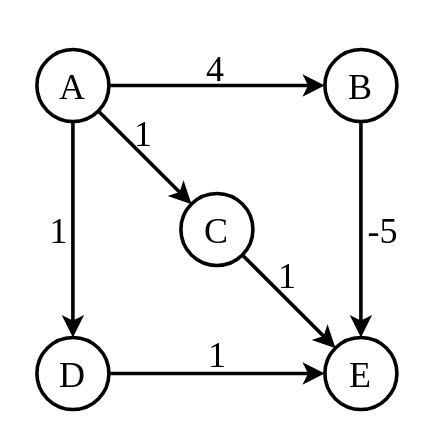
Above: 10/10-6.drawio in Wankupi/figures (draw.io), before the change. Source tidied: cells renumbered, new cells numbered last; positions are measured from the earlier drawing's top-left corner, leaving out a move shared by most shapes. Both pictures are drawn from the tidied source at 180%, with x=0, y=0 at pixel (31, 31).
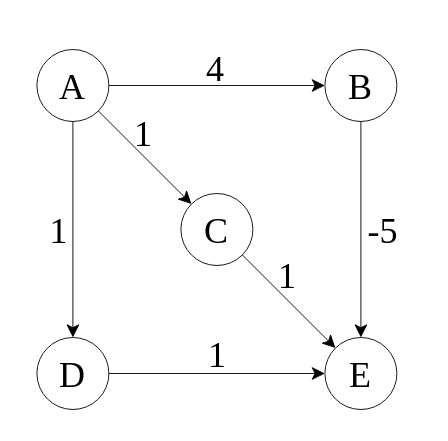
Above is the later version.

Diff of the diagram source:
```diff
@@
 <mxGraphModel>
   <root>
     <mxCell id="0" />
     <mxCell id="1" parent="0" />
-    <mxCell id="2" value="&lt;font style=&quot;font-size: 20px;&quot; face=&quot;Times New Roman&quot;&gt;A&lt;/font&gt;" style="ellipse;whiteSpace=wrap;html=1;strokeWidth=2;" parent="1" vertex="1">
+    <mxCell id="2" value="&lt;font style=&quot;font-size: 20px;&quot; face=&quot;Times New Roman&quot;&gt;A&lt;/font&gt;" style="ellipse;whiteSpace=wrap;html=1;strokeWidth=0.5;" parent="1" vertex="1">
       <mxGeometry x="3" y="10" width="40" height="40" as="geometry" />
     </mxCell>
-    <mxCell id="3" value="&lt;font style=&quot;font-size: 20px;&quot; face=&quot;Times New Roman&quot;&gt;C&lt;/font&gt;" style="ellipse;whiteSpace=wrap;html=1;strokeWidth=2;" parent="1" vertex="1">
+    <mxCell id="3" value="&lt;font style=&quot;font-size: 20px;&quot; face=&quot;Times New Roman&quot;&gt;C&lt;/font&gt;" style="ellipse;whiteSpace=wrap;html=1;strokeWidth=0.5;" parent="1" vertex="1">
       <mxGeometry x="83" y="90" width="40" height="40" as="geometry" />
     </mxCell>
-    <mxCell id="4" value="&lt;font style=&quot;font-size: 20px;&quot; face=&quot;Times New Roman&quot;&gt;B&lt;/font&gt;" style="ellipse;whiteSpace=wrap;html=1;strokeWidth=2;" parent="1" vertex="1">
+    <mxCell id="4" value="&lt;font style=&quot;font-size: 20px;&quot; face=&quot;Times New Roman&quot;&gt;B&lt;/font&gt;" style="ellipse;whiteSpace=wrap;html=1;strokeWidth=0.5;" parent="1" vertex="1">
       <mxGeometry x="163" y="10" width="40" height="40" as="geometry" />
     </mxCell>
-    <mxCell id="5" value="&lt;font style=&quot;font-size: 20px;&quot; face=&quot;Times New Roman&quot;&gt;D&lt;/font&gt;" style="ellipse;whiteSpace=wrap;html=1;strokeWidth=2;" parent="1" vertex="1">
+    <mxCell id="5" value="&lt;font style=&quot;font-size: 20px;&quot; face=&quot;Times New Roman&quot;&gt;D&lt;/font&gt;" style="ellipse;whiteSpace=wrap;html=1;strokeWidth=0.5;" parent="1" vertex="1">
       <mxGeometry x="3" y="170" width="40" height="40" as="geometry" />
     </mxCell>
-    <mxCell id="6" value="&lt;font style=&quot;font-size: 20px;&quot; face=&quot;Times New Roman&quot;&gt;E&lt;/font&gt;" style="ellipse;whiteSpace=wrap;html=1;strokeWidth=2;" parent="1" vertex="1">
+    <mxCell id="6" value="&lt;font style=&quot;font-size: 20px;&quot; face=&quot;Times New Roman&quot;&gt;E&lt;/font&gt;" style="ellipse;whiteSpace=wrap;html=1;strokeWidth=0.5;" parent="1" vertex="1">
       <mxGeometry x="163" y="170" width="40" height="40" as="geometry" />
     </mxCell>
-    <mxCell id="7" style="endArrow=classic;html=1;rounded=0;strokeWidth=2;" parent="1" edge="1" source="2" target="3">
+    <mxCell id="7" style="endArrow=classic;html=1;rounded=0;strokeWidth=0.5;" parent="1" edge="1" source="2" target="3">
       <mxGeometry relative="1" as="geometry" />
     </mxCell>
-    <mxCell id="8" style="endArrow=classic;html=1;rounded=0;strokeWidth=2;" parent="1" edge="1" source="3" target="6">
+    <mxCell id="8" style="endArrow=classic;html=1;rounded=0;strokeWidth=0.5;" parent="1" edge="1" source="3" target="6">
       <mxGeometry relative="1" as="geometry" />
     </mxCell>
-    <mxCell id="9" style="endArrow=classic;html=1;rounded=0;strokeWidth=2;" parent="1" edge="1" source="2" target="5">
+    <mxCell id="9" style="endArrow=classic;html=1;rounded=0;strokeWidth=0.5;" parent="1" edge="1" source="2" target="5">
       <mxGeometry relative="1" as="geometry" />
     </mxCell>
-    <mxCell id="10" style="endArrow=classic;html=1;rounded=0;strokeWidth=2;" parent="1" edge="1" source="5" target="6">
+    <mxCell id="10" style="endArrow=classic;html=1;rounded=0;strokeWidth=0.5;" parent="1" edge="1" source="5" target="6">
       <mxGeometry relative="1" as="geometry" />
     </mxCell>
-    <mxCell id="11" style="endArrow=classic;html=1;rounded=0;strokeWidth=2;" parent="1" edge="1" source="4" target="6">
+    <mxCell id="11" style="endArrow=classic;html=1;rounded=0;strokeWidth=0.5;" parent="1" edge="1" source="4" target="6">
       <mxGeometry relative="1" as="geometry" />
     </mxCell>
-    <mxCell id="12" style="endArrow=classic;html=1;rounded=0;strokeWidth=2;" parent="1" edge="1" source="2" target="4">
+    <mxCell id="12" style="endArrow=classic;html=1;rounded=0;strokeWidth=0.5;" parent="1" edge="1" source="2" target="4">
       <mxGeometry relative="1" as="geometry" />
     </mxCell>
-    <mxCell id="13" value="&lt;font style=&quot;font-size: 20px;&quot; face=&quot;Times New Roman&quot;&gt;1&lt;/font&gt;" style="text;html=1;align=center;verticalAlign=middle;strokeColor=none;fillColor=none;" parent="1" vertex="1">
+    <mxCell id="13" value="&lt;font style=&quot;font-size: 20px;&quot; face=&quot;Times New Roman&quot;&gt;1&lt;/font&gt;" style="text;html=1;align=center;verticalAlign=middle;strokeColor=none;fillColor=none;strokeWidth=0.5;" parent="1" vertex="1">
       <mxGeometry x="127" y="115" width="30" height="40" as="geometry" />
     </mxCell>
-    <mxCell id="14" value="&lt;font style=&quot;font-size: 20px;&quot; face=&quot;Times New Roman&quot;&gt;1&lt;/font&gt;" style="text;html=1;align=center;verticalAlign=middle;strokeColor=none;fillColor=none;" parent="1" vertex="1">
+    <mxCell id="14" value="&lt;font style=&quot;font-size: 20px;&quot; face=&quot;Times New Roman&quot;&gt;1&lt;/font&gt;" style="text;html=1;align=center;verticalAlign=middle;strokeColor=none;fillColor=none;strokeWidth=0.5;" parent="1" vertex="1">
       <mxGeometry x="47" y="36" width="30" height="40" as="geometry" />
     </mxCell>
-    <mxCell id="15" value="&lt;font style=&quot;font-size: 20px;&quot; face=&quot;Times New Roman&quot;&gt;4&lt;/font&gt;" style="text;html=1;align=center;verticalAlign=middle;strokeColor=none;fillColor=none;" parent="1" vertex="1">
+    <mxCell id="15" value="&lt;font style=&quot;font-size: 20px;&quot; face=&quot;Times New Roman&quot;&gt;4&lt;/font&gt;" style="text;html=1;align=center;verticalAlign=middle;strokeColor=none;fillColor=none;strokeWidth=0.5;" parent="1" vertex="1">
       <mxGeometry x="87" width="30" height="40" as="geometry" />
     </mxCell>
-    <mxCell id="16" value="&lt;font style=&quot;font-size: 20px;&quot; face=&quot;Times New Roman&quot;&gt;1&lt;/font&gt;" style="text;html=1;align=center;verticalAlign=middle;strokeColor=none;fillColor=none;" parent="1" vertex="1">
+    <mxCell id="16" value="&lt;font style=&quot;font-size: 20px;&quot; face=&quot;Times New Roman&quot;&gt;1&lt;/font&gt;" style="text;html=1;align=center;verticalAlign=middle;strokeColor=none;fillColor=none;strokeWidth=0.5;" parent="1" vertex="1">
       <mxGeometry y="90" width="30" height="40" as="geometry" />
     </mxCell>
-    <mxCell id="17" value="&lt;font style=&quot;font-size: 20px;&quot; face=&quot;Times New Roman&quot;&gt;-5&lt;/font&gt;" style="text;html=1;align=center;verticalAlign=middle;strokeColor=none;fillColor=none;" parent="1" vertex="1">
+    <mxCell id="17" value="&lt;font style=&quot;font-size: 20px;&quot; face=&quot;Times New Roman&quot;&gt;-5&lt;/font&gt;" style="text;html=1;align=center;verticalAlign=middle;strokeColor=none;fillColor=none;strokeWidth=0.5;" parent="1" vertex="1">
       <mxGeometry x="175" y="90" width="40" height="40" as="geometry" />
     </mxCell>
-    <mxCell id="18" value="&lt;font style=&quot;font-size: 20px;&quot; face=&quot;Times New Roman&quot;&gt;1&lt;/font&gt;" style="text;html=1;align=center;verticalAlign=middle;strokeColor=none;fillColor=none;" parent="1" vertex="1">
+    <mxCell id="18" value="&lt;font style=&quot;font-size: 20px;&quot; face=&quot;Times New Roman&quot;&gt;1&lt;/font&gt;" style="text;html=1;align=center;verticalAlign=middle;strokeColor=none;fillColor=none;strokeWidth=0.5;" parent="1" vertex="1">
       <mxGeometry x="88" y="159" width="30" height="40" as="geometry" />
     </mxCell>
   </root>
 </mxGraphModel>
```
